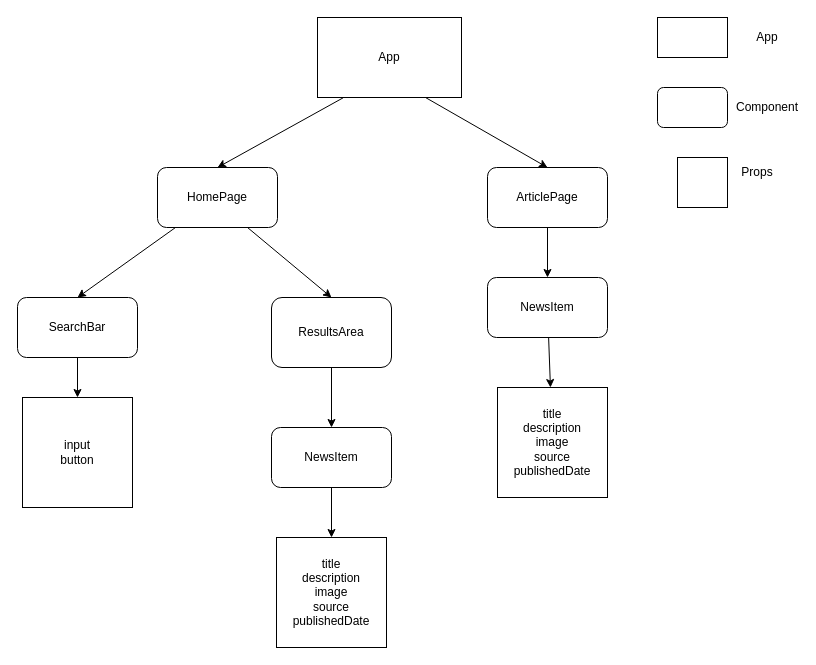
This is component-tree.drawio from mz0121coder/news-app, a draw.io file, before an edit. Source tidied: cells renumbered, new cells numbered last; positions are measured from the earlier drawing's top-left corner, leaving out a move shared by most shapes. Both pictures are drawn from the tidied source at 100%, with x=0, y=0 at pixel (17, 17).
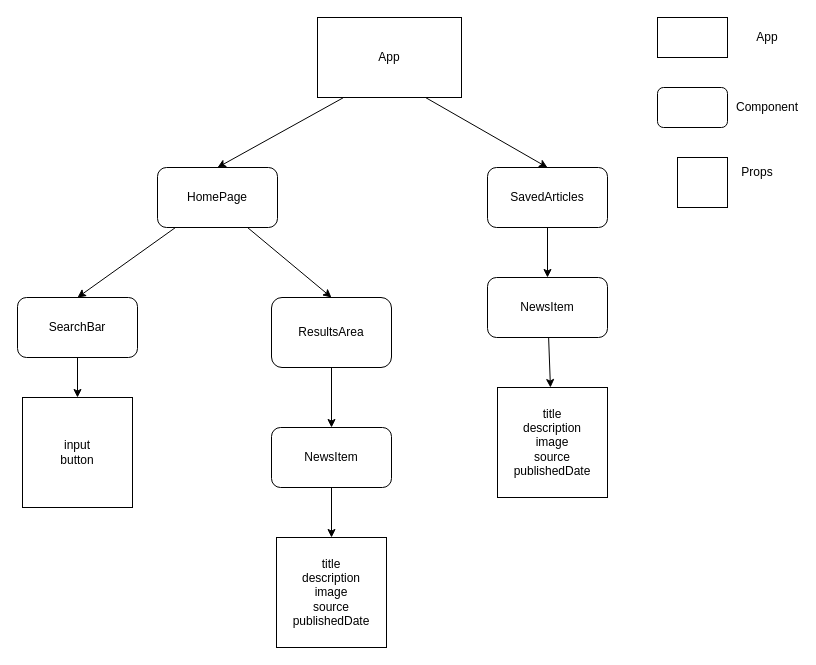
The same page after the edit.

Diff of the diagram source:
```diff
@@
-    <mxCell id="9" value="ArticlePage" style="rounded=1;whiteSpace=wrap;html=1;" parent="1" vertex="1">
+    <mxCell id="9" value="SavedArticles" style="rounded=1;whiteSpace=wrap;html=1;" parent="1" vertex="1">
       <mxGeometry x="470" y="150" width="120" height="60" as="geometry" />
     </mxCell>
```
